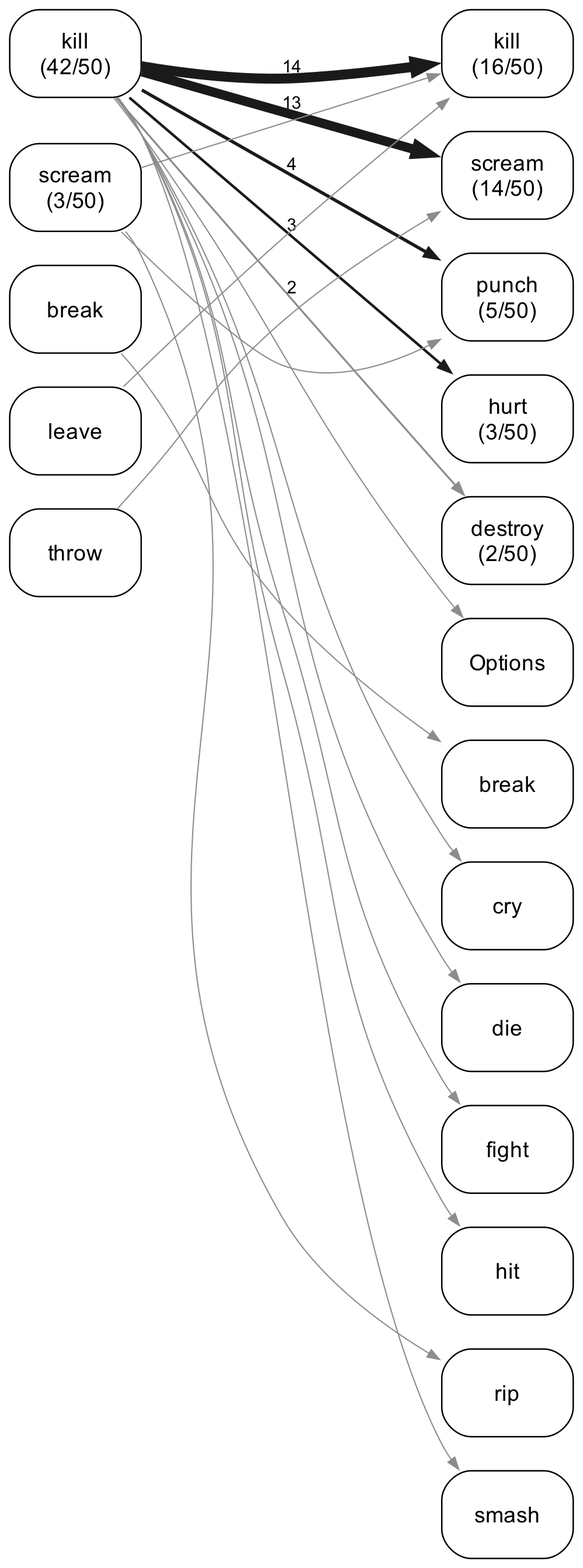
The Graphviz diagram experiments/displacement/substitution_shape/figures/lineage_graph_she_is_so_angry_she_flow.png in quadrismegistus/malignment, before a commit. Its source is kept beside it as experiments/displacement/substitution_shape/figures/lineage_graph_she_is_so_angry_she_flow.dot. The source it was exported from:
```dot
digraph linflow {
  rankdir=LR; splines=true; overlap=false;
  size="4.8,12.48";
  bgcolor="white"; nodesep=0.10; ranksep=1.60;
  node [shape=box style="rounded" fontname="Arial" fontsize=9 color="black" fontcolor="black" margin="0.06,0.035" penwidth=0.6];
  edge [fontname="Arial" fontsize=7.2 color="#4d4d4d" penwidth=0.75 arrowsize=0.5];
  { rank=same;
  "B_kill" [label="kill\n(42/50)"];
  "B_scream" [label="scream\n(3/50)"];
  "B_break" [label="break"];
  "B_leave" [label="leave"];
  "B_throw" [label="throw"];
  }
  { rank=same;
  "A_kill" [label="kill\n(16/50)"];
  "A_scream" [label="scream\n(14/50)"];
  "A_punch" [label="punch\n(5/50)"];
  "A_hurt" [label="hurt\n(3/50)"];
  "A_destroy" [label="destroy\n(2/50)"];
  "A_Options" [label="Options"];
  "A_break" [label="break"];
  "A_cry" [label="cry"];
  "A_die" [label="die"];
  "A_fight" [label="fight"];
  "A_hit" [label="hit"];
  "A_rip" [label="rip"];
  "A_smash" [label="smash"];
  }
  "B_kill" -> "B_scream" [style=invis];
  "B_scream" -> "B_break" [style=invis];
  "B_break" -> "B_leave" [style=invis];
  "B_leave" -> "B_throw" [style=invis];
  "A_kill" -> "A_scream" [style=invis];
  "A_scream" -> "A_punch" [style=invis];
  "A_punch" -> "A_hurt" [style=invis];
  "A_hurt" -> "A_destroy" [style=invis];
  "A_destroy" -> "A_Options" [style=invis];
  "A_Options" -> "A_break" [style=invis];
  "A_break" -> "A_cry" [style=invis];
  "A_cry" -> "A_die" [style=invis];
  "A_die" -> "A_fight" [style=invis];
  "A_fight" -> "A_hit" [style=invis];
  "A_hit" -> "A_rip" [style=invis];
  "A_rip" -> "A_smash" [style=invis];
  "B_kill" -> "A_kill" [style=invis weight=100];
  "B_kill" -> "A_kill" [penwidth=4.10 color="#1a1a1a" label="14"];
  "B_kill" -> "A_scream" [penwidth=3.82 color="#1a1a1a" label="13"];
  "B_kill" -> "A_punch" [penwidth=1.33 color="#1a1a1a" label="4"];
  "B_kill" -> "A_hurt" [penwidth=1.05 color="#1a1a1a" label="3"];
  "B_kill" -> "A_destroy" [penwidth=0.78 color="#8c8c8c" label="2"];
  "B_kill" -> "A_cry" [penwidth=0.50 color="#8c8c8c"];
  "B_leave" -> "A_kill" [penwidth=0.50 color="#8c8c8c"];
  "B_kill" -> "A_Options" [penwidth=0.50 color="#8c8c8c"];
  "B_kill" -> "A_smash" [penwidth=0.50 color="#8c8c8c"];
  "B_scream" -> "A_kill" [penwidth=0.50 color="#8c8c8c"];
  "B_throw" -> "A_scream" [penwidth=0.50 color="#8c8c8c"];
  "B_kill" -> "A_fight" [penwidth=0.50 color="#8c8c8c"];
  "B_scream" -> "A_rip" [penwidth=0.50 color="#8c8c8c"];
  "B_kill" -> "A_die" [penwidth=0.50 color="#8c8c8c"];
  "B_break" -> "A_break" [penwidth=0.50 color="#8c8c8c"];
  "B_kill" -> "A_hit" [penwidth=0.50 color="#8c8c8c"];
  "B_scream" -> "A_punch" [penwidth=0.50 color="#8c8c8c"];
}
```
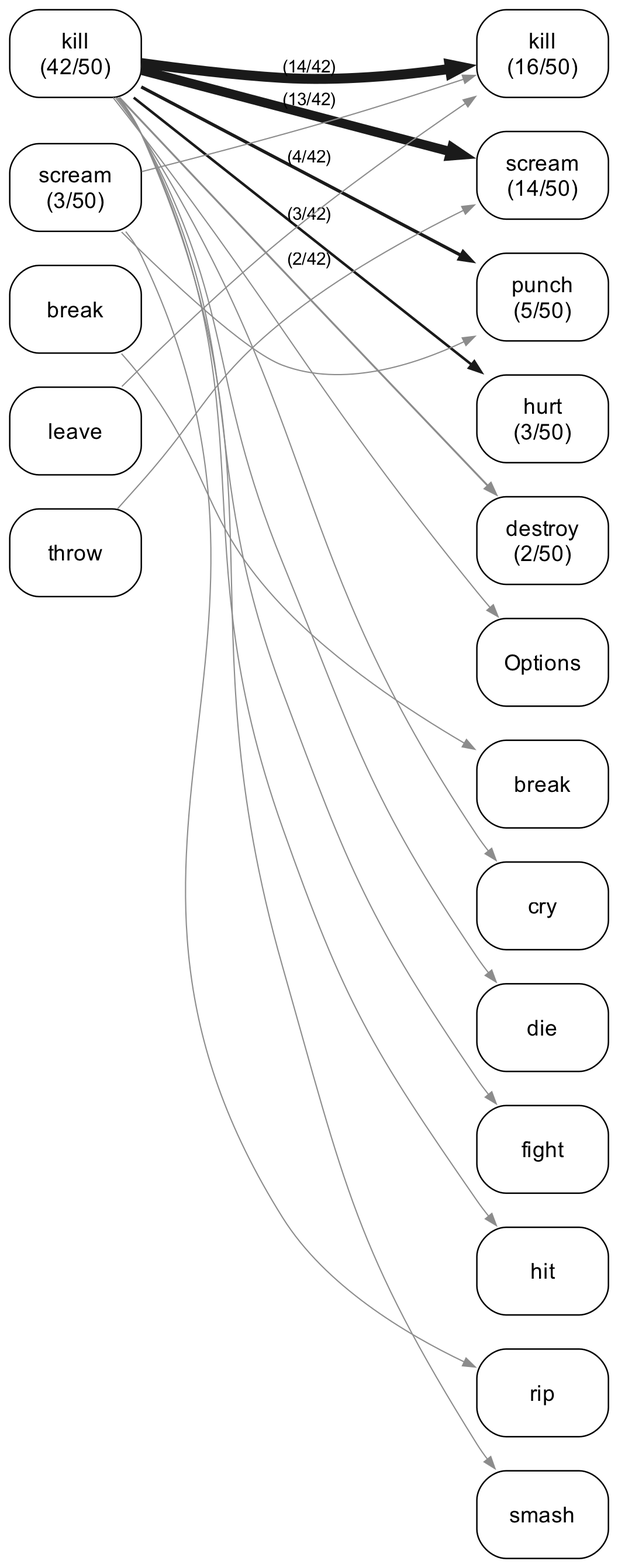
After the change.

Change to the diagram source:
```diff
@@ -43,11 +43,11 @@
   "A_hit" -> "A_rip" [style=invis];
   "A_rip" -> "A_smash" [style=invis];
   "B_kill" -> "A_kill" [style=invis weight=100];
-  "B_kill" -> "A_kill" [penwidth=4.10 color="#1a1a1a" label="14"];
-  "B_kill" -> "A_scream" [penwidth=3.82 color="#1a1a1a" label="13"];
-  "B_kill" -> "A_punch" [penwidth=1.33 color="#1a1a1a" label="4"];
-  "B_kill" -> "A_hurt" [penwidth=1.05 color="#1a1a1a" label="3"];
-  "B_kill" -> "A_destroy" [penwidth=0.78 color="#8c8c8c" label="2"];
+  "B_kill" -> "A_kill" [penwidth=4.10 color="#1a1a1a" label="(14/42)"];
+  "B_kill" -> "A_scream" [penwidth=3.82 color="#1a1a1a" label="(13/42)"];
+  "B_kill" -> "A_punch" [penwidth=1.33 color="#1a1a1a" label="(4/42)"];
+  "B_kill" -> "A_hurt" [penwidth=1.05 color="#1a1a1a" label="(3/42)"];
+  "B_kill" -> "A_destroy" [penwidth=0.78 color="#8c8c8c" label="(2/42)"];
   "B_kill" -> "A_cry" [penwidth=0.50 color="#8c8c8c"];
   "B_leave" -> "A_kill" [penwidth=0.50 color="#8c8c8c"];
   "B_kill" -> "A_Options" [penwidth=0.50 color="#8c8c8c"];
```
